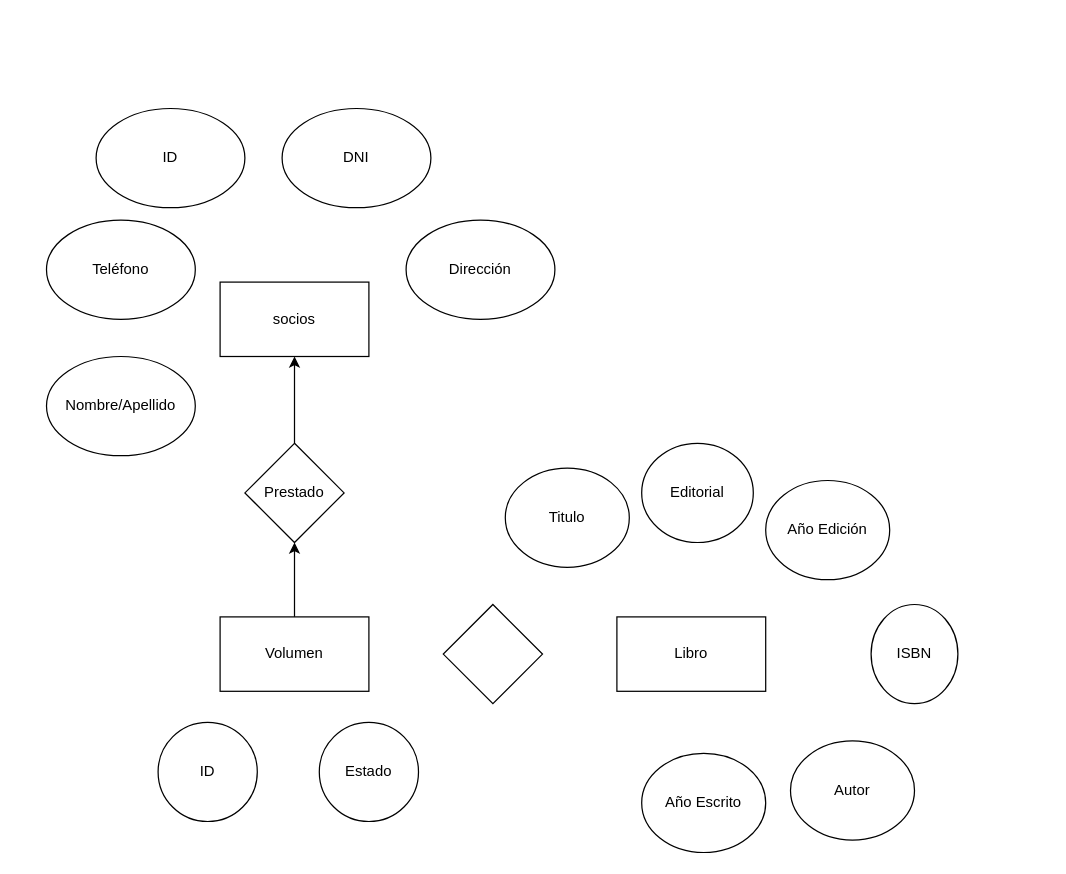
The draw.io diagram Diagrama ejercio11.drawio in LuisAlvarado89/Proyecto1, before the edit. Source tidied: cells renumbered, new cells numbered last; positions are measured from the earlier drawing's top-left corner, leaving out a move shared by most shapes. Both pictures are drawn from the tidied source at 124%, with x=0, y=0 at pixel (46, 108).
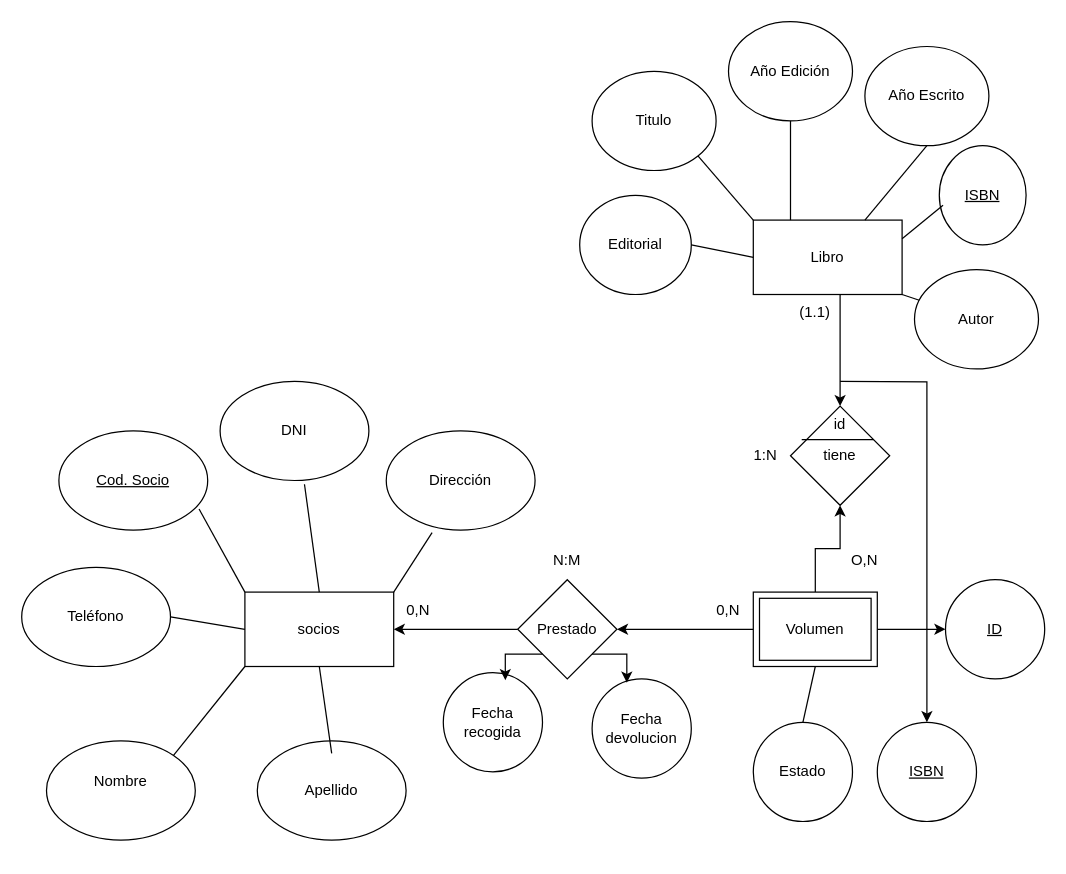
The same diagram, later.

Diff of the diagram source:
```diff
@@
     <mxCell id="2" value="socios" style="rounded=0;whiteSpace=wrap;html=1;" parent="1" vertex="1">
-      <mxGeometry x="140" y="140" width="120" height="60" as="geometry" />
+      <mxGeometry x="160" y="390" width="120" height="60" as="geometry" />
     </mxCell>
+    <mxCell id="22" style="edgeStyle=orthogonalEdgeStyle;rounded=0;jettySize=auto;html=1;exitX=0.5;exitY=1;exitDx=0;exitDy=0;entryX=0.5;entryY=0;entryDx=0;entryDy=0;" parent="1" edge="1" source="3" target="21">
+      <mxGeometry relative="1" as="geometry">
+        <Array as="points">
+          <mxPoint x="640" y="150" />
+        </Array>
+      </mxGeometry>
+    </mxCell>
     <mxCell id="3" value="Libro" style="rounded=0;whiteSpace=wrap;html=1;" parent="1" vertex="1">
-      <mxGeometry x="460" y="410" width="120" height="60" as="geometry" />
+      <mxGeometry x="570" y="90" width="120" height="60" as="geometry" />
     </mxCell>
-    <mxCell id="4" style="edgeStyle=orthogonalEdgeStyle;rounded=0;jettySize=auto;html=1;exitX=0.5;exitY=0;exitDx=0;exitDy=0;entryX=0.5;entryY=1;entryDx=0;entryDy=0;" parent="1" edge="1" source="5" target="20">
-      <mxGeometry relative="1" as="geometry" />
-    </mxCell>
-    <mxCell id="5" value="Volumen" style="rounded=0;whiteSpace=wrap;html=1;" parent="1" vertex="1">
-      <mxGeometry x="140" y="410" width="120" height="60" as="geometry" />
-    </mxCell>
-    <mxCell id="6" value="ID" style="ellipse;whiteSpace=wrap;html=1;" parent="1" vertex="1">
-      <mxGeometry x="40" width="120" height="80" as="geometry" />
+    <mxCell id="6" value="&lt;u&gt;Cod. Socio&lt;/u&gt;" style="ellipse;whiteSpace=wrap;html=1;" parent="1" vertex="1">
+      <mxGeometry x="10" y="260" width="120" height="80" as="geometry" />
     </mxCell>
     <mxCell id="7" value="DNI" style="ellipse;whiteSpace=wrap;html=1;" parent="1" vertex="1">
-      <mxGeometry x="190" width="120" height="80" as="geometry" />
+      <mxGeometry x="140" y="220" width="120" height="80" as="geometry" />
     </mxCell>
     <mxCell id="8" value="Dirección" style="ellipse;whiteSpace=wrap;html=1;" parent="1" vertex="1">
-      <mxGeometry x="290" y="90" width="120" height="80" as="geometry" />
+      <mxGeometry x="274" y="260" width="120" height="80" as="geometry" />
     </mxCell>
     <mxCell id="9" value="Teléfono" style="ellipse;whiteSpace=wrap;html=1;" parent="1" vertex="1">
-      <mxGeometry y="90" width="120" height="80" as="geometry" />
+      <mxGeometry x="-20" y="370" width="120" height="80" as="geometry" />
     </mxCell>
-    <mxCell id="10" value="Nombre/Apellido" style="ellipse;whiteSpace=wrap;html=1;" parent="1" vertex="1">
-      <mxGeometry y="200" width="120" height="80" as="geometry" />
+    <mxCell id="10" value="&lt;div&gt;Nombre&lt;/div&gt;&lt;div&gt;&lt;br&gt;&lt;/div&gt;" style="ellipse;whiteSpace=wrap;html=1;" parent="1" vertex="1">
+      <mxGeometry y="510" width="120" height="80" as="geometry" />
     </mxCell>
     <mxCell id="11" value="Titulo" style="ellipse;whiteSpace=wrap;html=1;" parent="1" vertex="1">
-      <mxGeometry x="370" y="290" width="100" height="80" as="geometry" />
+      <mxGeometry x="440" y="-30" width="100" height="80" as="geometry" />
     </mxCell>
     <mxCell id="12" value="Editorial" style="ellipse;whiteSpace=wrap;html=1;" parent="1" vertex="1">
-      <mxGeometry x="480" y="270" width="90" height="80" as="geometry" />
+      <mxGeometry x="430" y="70" width="90" height="80" as="geometry" />
     </mxCell>
     <mxCell id="13" value="Año Escrito" style="ellipse;whiteSpace=wrap;html=1;" parent="1" vertex="1">
-      <mxGeometry x="480" y="520" width="100" height="80" as="geometry" />
+      <mxGeometry x="660" y="-50" width="100" height="80" as="geometry" />
     </mxCell>
     <mxCell id="14" value="Año Edición" style="ellipse;whiteSpace=wrap;html=1;" parent="1" vertex="1">
-      <mxGeometry x="580" y="300" width="100" height="80" as="geometry" />
+      <mxGeometry x="550" y="-70" width="100" height="80" as="geometry" />
     </mxCell>
     <mxCell id="15" value="Autor" style="ellipse;whiteSpace=wrap;html=1;" parent="1" vertex="1">
-      <mxGeometry x="600" y="510" width="100" height="80" as="geometry" />
+      <mxGeometry x="700" y="130" width="100" height="80" as="geometry" />
     </mxCell>
-    <mxCell id="16" value="ISBN" style="ellipse;whiteSpace=wrap;html=1;" parent="1" vertex="1">
-      <mxGeometry x="665" y="400" width="70" height="80" as="geometry" />
+    <mxCell id="16" value="&lt;u&gt;ISBN&lt;/u&gt;" style="ellipse;whiteSpace=wrap;html=1;" parent="1" vertex="1">
+      <mxGeometry x="720" y="30" width="70" height="80" as="geometry" />
     </mxCell>
-    <mxCell id="17" value="ID" style="ellipse;whiteSpace=wrap;html=1;" parent="1" vertex="1">
-      <mxGeometry x="90" y="495" width="80" height="80" as="geometry" />
+    <mxCell id="17" value="&lt;u&gt;ID&lt;/u&gt;" style="ellipse;whiteSpace=wrap;html=1;" parent="1" vertex="1">
+      <mxGeometry x="725" y="380" width="80" height="80" as="geometry" />
     </mxCell>
     <mxCell id="18" value="Estado" style="ellipse;whiteSpace=wrap;html=1;" parent="1" vertex="1">
-      <mxGeometry x="220" y="495" width="80" height="80" as="geometry" />
+      <mxGeometry x="570" y="495" width="80" height="80" as="geometry" />
     </mxCell>
-    <mxCell id="19" style="edgeStyle=orthogonalEdgeStyle;rounded=0;jettySize=auto;html=1;exitX=0.5;exitY=0;exitDx=0;exitDy=0;entryX=0.5;entryY=1;entryDx=0;entryDy=0;" parent="1" edge="1" source="20" target="2">
+    <mxCell id="19" style="edgeStyle=orthogonalEdgeStyle;rounded=0;jettySize=auto;html=1;exitX=0;exitY=0.5;exitDx=0;exitDy=0;entryX=1;entryY=0.5;entryDx=0;entryDy=0;" parent="1" edge="1" source="20" target="2">
       <mxGeometry relative="1" as="geometry" />
     </mxCell>
     <mxCell id="20" value="Prestado" style="rhombus;whiteSpace=wrap;html=1;" parent="1" vertex="1">
-      <mxGeometry x="160" y="270" width="80" height="80" as="geometry" />
+      <mxGeometry x="380" y="380" width="80" height="80" as="geometry" />
     </mxCell>
+    <mxCell id="23" style="edgeStyle=orthogonalEdgeStyle;rounded=0;jettySize=auto;html=1;entryX=0.5;entryY=0;entryDx=0;entryDy=0;" parent="1" edge="1" target="42">
+      <mxGeometry relative="1" as="geometry">
+        <mxPoint x="640" y="220" as="sourcePoint" />
+      </mxGeometry>
+    </mxCell>
-    <mxCell id="21" style="rhombus;whiteSpace=wrap;html=1;" parent="1" vertex="1">
-      <mxGeometry x="320" y="400" width="80" height="80" as="geometry" />
+    <mxCell id="21" value="tiene" style="rhombus;whiteSpace=wrap;html=1;" parent="1" vertex="1">
+      <mxGeometry x="600" y="240" width="80" height="80" as="geometry" />
     </mxCell>
+    <mxCell id="24" style="edgeStyle=orthogonalEdgeStyle;rounded=0;jettySize=auto;html=1;exitX=0.5;exitY=0;exitDx=0;exitDy=0;entryX=0.5;entryY=1;entryDx=0;entryDy=0;" parent="1" edge="1" source="5" target="21">
+      <mxGeometry relative="1" as="geometry" />
+    </mxCell>
+    <mxCell id="4" style="edgeStyle=orthogonalEdgeStyle;rounded=0;jettySize=auto;html=1;exitX=0;exitY=0.5;exitDx=0;exitDy=0;entryX=1;entryY=0.5;entryDx=0;entryDy=0;" parent="1" edge="1" source="5" target="20">
+      <mxGeometry relative="1" as="geometry" />
+    </mxCell>
+    <mxCell id="25" style="edgeStyle=orthogonalEdgeStyle;rounded=0;jettySize=auto;html=1;exitX=1;exitY=0.5;exitDx=0;exitDy=0;entryX=0;entryY=0.5;entryDx=0;entryDy=0;" parent="1" edge="1" source="5" target="17">
+      <mxGeometry relative="1" as="geometry" />
+    </mxCell>
+    <mxCell id="5" value="Volumen" style="shape=ext;margin=3;double=1;whiteSpace=wrap;html=1;align=center;" parent="1" vertex="1">
+      <mxGeometry x="570" y="390" width="100" height="60" as="geometry" />
+    </mxCell>
+    <mxCell id="26" value="id" style="text;html=1;whiteSpace=wrap;strokeColor=none;fillColor=none;align=center;verticalAlign=middle;rounded=0;" parent="1" vertex="1">
+      <mxGeometry x="610" y="240" width="60" height="30" as="geometry" />
+    </mxCell>
+    <mxCell id="27" style="endArrow=none;html=1;rounded=0;entryX=0.838;entryY=0.338;entryDx=0;entryDy=0;entryPerimeter=0;exitX=0.113;exitY=0.338;exitDx=0;exitDy=0;exitPerimeter=0;" parent="1" edge="1" source="21" target="21">
+      <mxGeometry relative="1" as="geometry">
+        <Array as="points">
+          <mxPoint x="609" y="267" />
+        </Array>
+      </mxGeometry>
+    </mxCell>
+    <mxCell id="28" style="endArrow=none;html=1;rounded=0;entryX=1;entryY=0;entryDx=0;entryDy=0;exitX=0.308;exitY=1.025;exitDx=0;exitDy=0;exitPerimeter=0;" parent="1" edge="1" source="8" target="2">
+      <mxGeometry relative="1" as="geometry" />
+    </mxCell>
+    <mxCell id="29" style="endArrow=none;html=1;rounded=0;entryX=0.5;entryY=0;entryDx=0;entryDy=0;exitX=0.567;exitY=1.038;exitDx=0;exitDy=0;exitPerimeter=0;" parent="1" edge="1" source="7" target="2">
+      <mxGeometry relative="1" as="geometry" />
+    </mxCell>
+    <mxCell id="30" style="endArrow=none;html=1;rounded=0;entryX=0;entryY=0;entryDx=0;entryDy=0;exitX=0.942;exitY=0.788;exitDx=0;exitDy=0;exitPerimeter=0;" parent="1" edge="1" source="6" target="2">
+      <mxGeometry relative="1" as="geometry" />
+    </mxCell>
+    <mxCell id="31" style="endArrow=none;html=1;rounded=0;exitX=1;exitY=0.5;exitDx=0;exitDy=0;entryX=0;entryY=0.5;entryDx=0;entryDy=0;" parent="1" edge="1" source="9" target="2">
+      <mxGeometry relative="1" as="geometry" />
+    </mxCell>
+    <mxCell id="32" style="endArrow=none;html=1;rounded=0;entryX=0;entryY=1;entryDx=0;entryDy=0;exitX=1;exitY=0;exitDx=0;exitDy=0;" parent="1" edge="1" source="10" target="2">
+      <mxGeometry relative="1" as="geometry" />
+    </mxCell>
+    <mxCell id="33" style="endArrow=none;html=1;rounded=0;entryX=0.043;entryY=0.6;entryDx=0;entryDy=0;entryPerimeter=0;exitX=1;exitY=0.25;exitDx=0;exitDy=0;" parent="1" edge="1" source="3" target="16">
+      <mxGeometry relative="1" as="geometry" />
+    </mxCell>
+    <mxCell id="34" style="endArrow=none;html=1;rounded=0;entryX=1;entryY=1;entryDx=0;entryDy=0;" parent="1" edge="1" source="15" target="3">
+      <mxGeometry relative="1" as="geometry" />
+    </mxCell>
+    <mxCell id="35" style="endArrow=none;html=1;rounded=0;entryX=0.75;entryY=0;entryDx=0;entryDy=0;exitX=0.5;exitY=1;exitDx=0;exitDy=0;" parent="1" edge="1" source="13" target="3">
+      <mxGeometry relative="1" as="geometry" />
+    </mxCell>
+    <mxCell id="36" style="endArrow=none;html=1;rounded=0;entryX=0.25;entryY=0;entryDx=0;entryDy=0;exitX=0.5;exitY=1;exitDx=0;exitDy=0;" parent="1" edge="1" source="14" target="3">
+      <mxGeometry relative="1" as="geometry" />
+    </mxCell>
+    <mxCell id="37" style="endArrow=none;html=1;rounded=0;entryX=0;entryY=0;entryDx=0;entryDy=0;exitX=1;exitY=1;exitDx=0;exitDy=0;" parent="1" edge="1" source="11" target="3">
+      <mxGeometry relative="1" as="geometry" />
+    </mxCell>
+    <mxCell id="38" style="endArrow=none;html=1;rounded=0;entryX=0;entryY=0.5;entryDx=0;entryDy=0;exitX=1;exitY=0.5;exitDx=0;exitDy=0;" parent="1" edge="1" source="12" target="3">
+      <mxGeometry relative="1" as="geometry" />
+    </mxCell>
+    <mxCell id="39" value="N:M" style="text;html=1;whiteSpace=wrap;strokeColor=none;fillColor=none;align=center;verticalAlign=middle;rounded=0;" parent="1" vertex="1">
+      <mxGeometry x="390" y="350" width="60" height="30" as="geometry" />
+    </mxCell>
+    <mxCell id="40" value="0,N" style="text;html=1;whiteSpace=wrap;strokeColor=none;fillColor=none;align=center;verticalAlign=middle;rounded=0;" parent="1" vertex="1">
+      <mxGeometry x="270" y="390" width="60" height="30" as="geometry" />
+    </mxCell>
+    <mxCell id="41" value="0,N" style="text;html=1;whiteSpace=wrap;strokeColor=none;fillColor=none;align=center;verticalAlign=middle;rounded=0;" parent="1" vertex="1">
+      <mxGeometry x="520" y="390" width="60" height="30" as="geometry" />
+    </mxCell>
+    <mxCell id="42" value="&lt;u&gt;ISBN&lt;/u&gt;" style="ellipse;whiteSpace=wrap;html=1;" parent="1" vertex="1">
+      <mxGeometry x="670" y="495" width="80" height="80" as="geometry" />
+    </mxCell>
+    <mxCell id="43" style="endArrow=none;html=1;rounded=0;entryX=0.5;entryY=1;entryDx=0;entryDy=0;exitX=0.5;exitY=0;exitDx=0;exitDy=0;" parent="1" edge="1" source="18" target="5">
+      <mxGeometry relative="1" as="geometry" />
+    </mxCell>
+    <mxCell id="44" value="O,N" style="text;html=1;whiteSpace=wrap;strokeColor=none;fillColor=none;align=center;verticalAlign=middle;rounded=0;" parent="1" vertex="1">
+      <mxGeometry x="630" y="350" width="60" height="30" as="geometry" />
+    </mxCell>
+    <mxCell id="45" value="1:N" style="text;html=1;whiteSpace=wrap;strokeColor=none;fillColor=none;align=center;verticalAlign=middle;rounded=0;" parent="1" vertex="1">
+      <mxGeometry x="550" y="265" width="60" height="30" as="geometry" />
+    </mxCell>
+    <mxCell id="46" value="(1.1)" style="text;html=1;whiteSpace=wrap;strokeColor=none;fillColor=none;align=center;verticalAlign=middle;rounded=0;" parent="1" vertex="1">
+      <mxGeometry x="590" y="150" width="60" height="30" as="geometry" />
+    </mxCell>
+    <mxCell id="47" value="Apellido" style="ellipse;whiteSpace=wrap;html=1;" parent="1" vertex="1">
+      <mxGeometry x="170" y="510" width="120" height="80" as="geometry" />
+    </mxCell>
+    <mxCell id="48" style="endArrow=none;html=1;rounded=0;entryX=0.5;entryY=1;entryDx=0;entryDy=0;exitX=0.5;exitY=0.125;exitDx=0;exitDy=0;exitPerimeter=0;" parent="1" edge="1" source="47" target="2">
+      <mxGeometry relative="1" as="geometry" />
+    </mxCell>
+    <mxCell id="49" value="Fecha devolucion" style="ellipse;whiteSpace=wrap;html=1;" parent="1" vertex="1">
+      <mxGeometry x="440" y="460" width="80" height="80" as="geometry" />
+    </mxCell>
+    <mxCell id="50" value="Fecha recogida" style="ellipse;whiteSpace=wrap;html=1;" parent="1" vertex="1">
+      <mxGeometry x="320" y="455" width="80" height="80" as="geometry" />
+    </mxCell>
+    <mxCell id="51" style="edgeStyle=orthogonalEdgeStyle;rounded=0;jettySize=auto;html=1;exitX=1;exitY=1;exitDx=0;exitDy=0;entryX=0.35;entryY=0.038;entryDx=0;entryDy=0;entryPerimeter=0;" parent="1" edge="1" source="20" target="49">
+      <mxGeometry relative="1" as="geometry" />
+    </mxCell>
+    <mxCell id="52" style="edgeStyle=orthogonalEdgeStyle;rounded=0;jettySize=auto;html=1;exitX=0;exitY=1;exitDx=0;exitDy=0;entryX=0.625;entryY=0.075;entryDx=0;entryDy=0;entryPerimeter=0;" parent="1" edge="1" source="20" target="50">
+      <mxGeometry relative="1" as="geometry" />
+    </mxCell>
```
